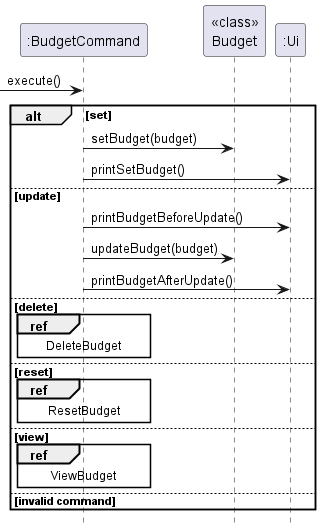
Before: docs/images/Budget.png, a diagram exported from PlantUML (nus-cs2113-AY2324S1/tp).
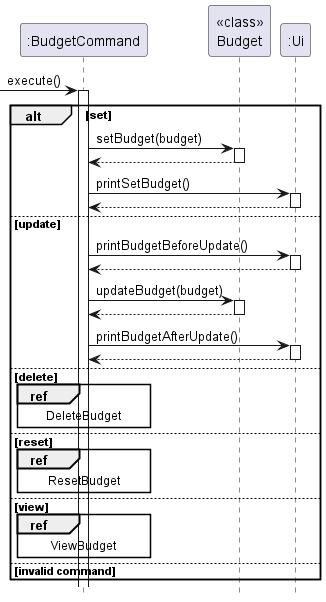
The same diagram one commit later.

Change to the diagram source:
```diff
@@ -1,4 +1,6 @@
 @startuml
+
+autoactivate on
 
 participant ":BudgetCommand" as BudgetCommand
 participant "<<class>>\nBudget" as Budget
@@ -8,11 +10,16 @@
 
 alt set
     BudgetCommand -> Budget: setBudget(budget)
+    return
     BudgetCommand -> Ui: printSetBudget()
+    return
 else update
     BudgetCommand -> Ui: printBudgetBeforeUpdate()
+    return
     BudgetCommand -> Budget: updateBudget(budget)
+    return
     BudgetCommand -> Ui: printBudgetAfterUpdate()
+    return
 else delete
     ref over BudgetCommand: DeleteBudget
 else reset
```
